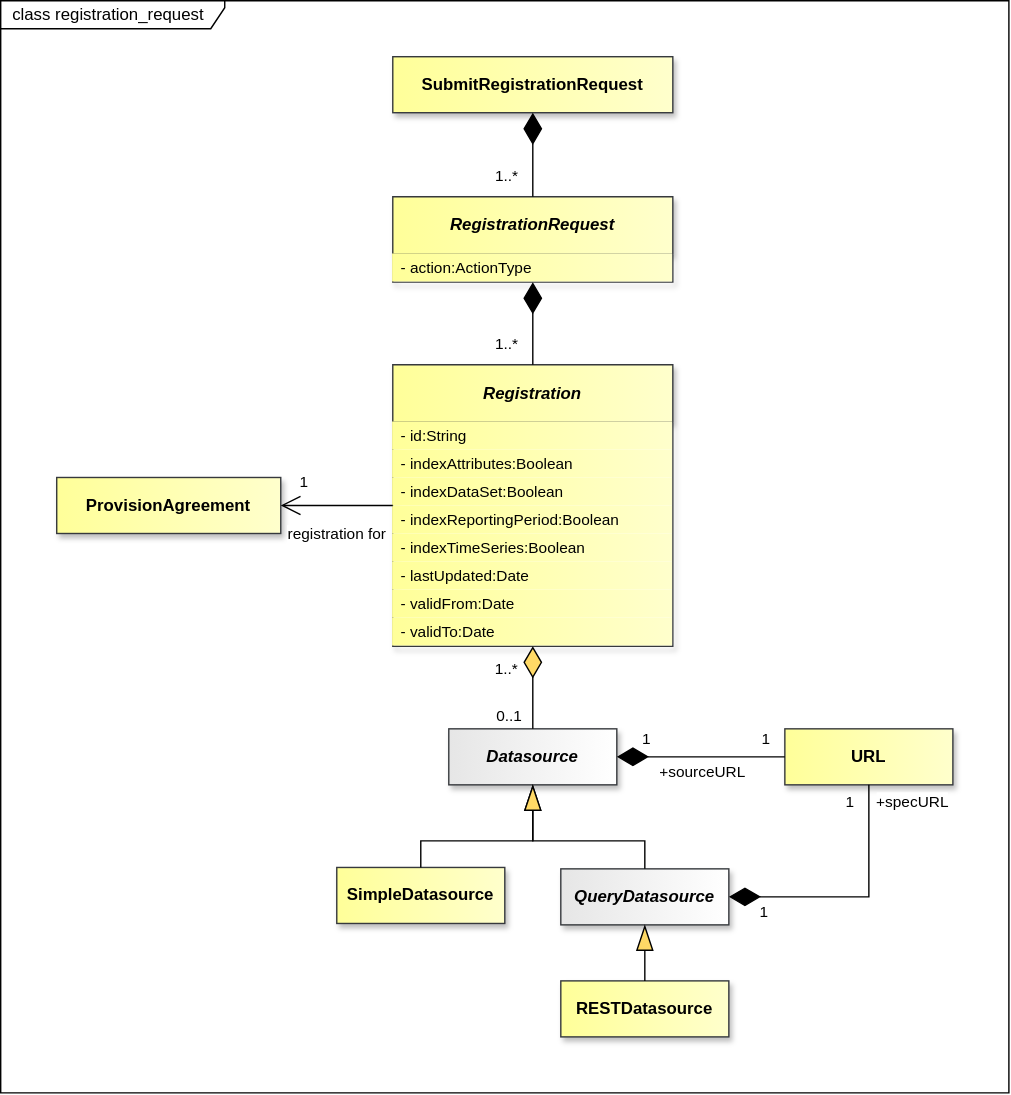
The draw.io diagram docs/logical_interfaces/media/sdmx_registry-registration_request.svg in sdmx-twg/sdmx-im, before a commit. Source tidied: cells renumbered, new cells last; positions are measured from the earlier drawing's top-left corner, leaving out a move shared by most shapes.
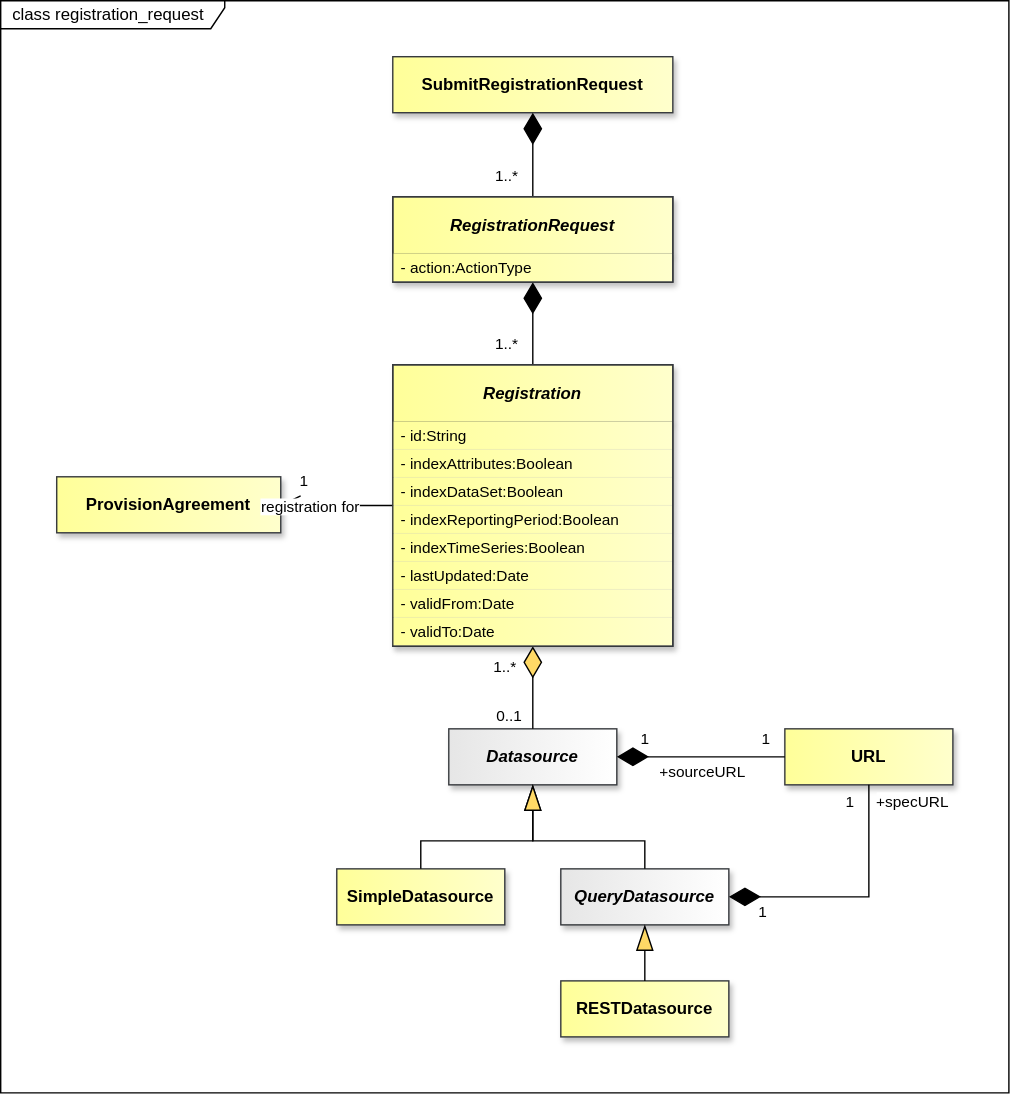
Above is the later version.

What changed in the source:
```diff
@@ -158,38 +158,38 @@
     <mxCell id="53" value="RegistrationRequest" style="swimlane;fontStyle=3;align=center;verticalAlign=middle;horizontal=1;startSize=41;whiteSpace=wrap;html=1;strokeColor=#36393d;fontFamily=Helvetica;fontSize=12;fillColor=light-dark(#FFFF99,#FFFF99);gradientDirection=east;gradientColor=light-dark(#FFFFCC,#FFFFCC);fontColor=light-dark(#000000,#000000);shadow=1;" parent="1" vertex="1">
       <mxGeometry x="280" y="140" width="200" height="61" as="geometry" />
     </mxCell>
-    <mxCell id="54" value="- action:ActionType" style="text;strokeColor=none;fillColor=light-dark(#FFFF99,#FFFF99);align=left;verticalAlign=middle;spacingLeft=4;spacingRight=4;overflow=hidden;whiteSpace=wrap;html=1;fontFamily=Helvetica;fontSize=11;fontColor=light-dark(#000000,#000000);fontStyle=0;gradientColor=light-dark(#FFFFCC,#FFFFCC);gradientDirection=east;" parent="53" vertex="1">
+    <mxCell id="54" value="- action:ActionType" style="text;strokeColor=none;fillColor=light-dark(#FFFF99,#FFFF99);align=left;verticalAlign=middle;spacingLeft=4;spacingRight=4;overflow=hidden;whiteSpace=wrap;html=1;fontFamily=Helvetica;fontSize=11;fontColor=light-dark(#000000,#000000);fontStyle=0;gradientColor=light-dark(#FFFFCC,#FFFFCC);gradientDirection=east;shadow=1;" parent="53" vertex="1">
       <mxGeometry y="41" width="200" height="20" as="geometry" />
     </mxCell>
     <mxCell id="55" value="Registration" style="swimlane;fontStyle=3;align=center;verticalAlign=middle;horizontal=1;startSize=41;whiteSpace=wrap;html=1;strokeColor=#36393d;fontFamily=Helvetica;fontSize=12;fillColor=light-dark(#FFFF99,#FFFF99);gradientDirection=east;gradientColor=light-dark(#FFFFCC,#FFFFCC);fontColor=light-dark(#000000,#000000);shadow=1;" parent="1" vertex="1">
       <mxGeometry x="280" y="260" width="200" height="201" as="geometry" />
     </mxCell>
-    <mxCell id="56" value="- id:String" style="text;strokeColor=none;fillColor=light-dark(#FFFF99,#FFFF99);align=left;verticalAlign=middle;spacingLeft=4;spacingRight=4;overflow=hidden;whiteSpace=wrap;html=1;fontFamily=Helvetica;fontSize=11;fontColor=light-dark(#000000,#000000);fontStyle=0;gradientColor=light-dark(#FFFFCC,#FFFFCC);gradientDirection=east;" parent="55" vertex="1">
+    <mxCell id="56" value="- id:String" style="text;strokeColor=none;fillColor=light-dark(#FFFF99,#FFFF99);align=left;verticalAlign=middle;spacingLeft=4;spacingRight=4;overflow=hidden;whiteSpace=wrap;html=1;fontFamily=Helvetica;fontSize=11;fontColor=light-dark(#000000,#000000);fontStyle=0;gradientColor=light-dark(#FFFFCC,#FFFFCC);gradientDirection=east;shadow=1;" parent="55" vertex="1">
       <mxGeometry y="41" width="200" height="20" as="geometry" />
     </mxCell>
-    <mxCell id="57" value="- indexAttributes:Boolean" style="text;strokeColor=none;fillColor=light-dark(#FFFF99,#FFFF99);align=left;verticalAlign=middle;spacingLeft=4;spacingRight=4;overflow=hidden;whiteSpace=wrap;html=1;fontFamily=Helvetica;fontSize=11;fontColor=light-dark(#000000,#000000);fontStyle=0;gradientColor=light-dark(#FFFFCC,#FFFFCC);gradientDirection=east;" parent="55" vertex="1">
+    <mxCell id="57" value="- indexAttributes:Boolean" style="text;strokeColor=none;fillColor=light-dark(#FFFF99,#FFFF99);align=left;verticalAlign=middle;spacingLeft=4;spacingRight=4;overflow=hidden;whiteSpace=wrap;html=1;fontFamily=Helvetica;fontSize=11;fontColor=light-dark(#000000,#000000);fontStyle=0;gradientColor=light-dark(#FFFFCC,#FFFFCC);gradientDirection=east;shadow=1;" parent="55" vertex="1">
       <mxGeometry y="61" width="200" height="20" as="geometry" />
     </mxCell>
-    <mxCell id="58" value="- indexDataSet:Boolean" style="text;strokeColor=none;fillColor=light-dark(#FFFF99,#FFFF99);align=left;verticalAlign=middle;spacingLeft=4;spacingRight=4;overflow=hidden;whiteSpace=wrap;html=1;fontFamily=Helvetica;fontSize=11;fontColor=light-dark(#000000,#000000);fontStyle=0;gradientColor=light-dark(#FFFFCC,#FFFFCC);gradientDirection=east;" parent="55" vertex="1">
+    <mxCell id="58" value="- indexDataSet:Boolean" style="text;strokeColor=none;fillColor=light-dark(#FFFF99,#FFFF99);align=left;verticalAlign=middle;spacingLeft=4;spacingRight=4;overflow=hidden;whiteSpace=wrap;html=1;fontFamily=Helvetica;fontSize=11;fontColor=light-dark(#000000,#000000);fontStyle=0;gradientColor=light-dark(#FFFFCC,#FFFFCC);gradientDirection=east;shadow=1;" parent="55" vertex="1">
       <mxGeometry y="81" width="200" height="20" as="geometry" />
     </mxCell>
-    <mxCell id="59" value="- indexReportingPeriod:Boolean" style="text;strokeColor=none;fillColor=light-dark(#FFFF99,#FFFF99);align=left;verticalAlign=middle;spacingLeft=4;spacingRight=4;overflow=hidden;whiteSpace=wrap;html=1;fontFamily=Helvetica;fontSize=11;fontColor=light-dark(#000000,#000000);fontStyle=0;gradientColor=light-dark(#FFFFCC,#FFFFCC);gradientDirection=east;" parent="55" vertex="1">
+    <mxCell id="59" value="- indexReportingPeriod:Boolean" style="text;strokeColor=none;fillColor=light-dark(#FFFF99,#FFFF99);align=left;verticalAlign=middle;spacingLeft=4;spacingRight=4;overflow=hidden;whiteSpace=wrap;html=1;fontFamily=Helvetica;fontSize=11;fontColor=light-dark(#000000,#000000);fontStyle=0;gradientColor=light-dark(#FFFFCC,#FFFFCC);gradientDirection=east;shadow=1;" parent="55" vertex="1">
       <mxGeometry y="101" width="200" height="20" as="geometry" />
     </mxCell>
-    <mxCell id="60" value="- indexTimeSeries:Boolean" style="text;strokeColor=none;fillColor=light-dark(#FFFF99,#FFFF99);align=left;verticalAlign=middle;spacingLeft=4;spacingRight=4;overflow=hidden;whiteSpace=wrap;html=1;fontFamily=Helvetica;fontSize=11;fontColor=light-dark(#000000,#000000);fontStyle=0;gradientColor=light-dark(#FFFFCC,#FFFFCC);gradientDirection=east;" parent="55" vertex="1">
+    <mxCell id="60" value="- indexTimeSeries:Boolean" style="text;strokeColor=none;fillColor=light-dark(#FFFF99,#FFFF99);align=left;verticalAlign=middle;spacingLeft=4;spacingRight=4;overflow=hidden;whiteSpace=wrap;html=1;fontFamily=Helvetica;fontSize=11;fontColor=light-dark(#000000,#000000);fontStyle=0;gradientColor=light-dark(#FFFFCC,#FFFFCC);gradientDirection=east;shadow=1;" parent="55" vertex="1">
       <mxGeometry y="121" width="200" height="20" as="geometry" />
     </mxCell>
-    <mxCell id="61" value="- lastUpdated:Date" style="text;strokeColor=none;fillColor=light-dark(#FFFF99,#FFFF99);align=left;verticalAlign=middle;spacingLeft=4;spacingRight=4;overflow=hidden;whiteSpace=wrap;html=1;fontFamily=Helvetica;fontSize=11;fontColor=light-dark(#000000,#000000);fontStyle=0;gradientColor=light-dark(#FFFFCC,#FFFFCC);gradientDirection=east;" parent="55" vertex="1">
+    <mxCell id="61" value="- lastUpdated:Date" style="text;strokeColor=none;fillColor=light-dark(#FFFF99,#FFFF99);align=left;verticalAlign=middle;spacingLeft=4;spacingRight=4;overflow=hidden;whiteSpace=wrap;html=1;fontFamily=Helvetica;fontSize=11;fontColor=light-dark(#000000,#000000);fontStyle=0;gradientColor=light-dark(#FFFFCC,#FFFFCC);gradientDirection=east;shadow=1;" parent="55" vertex="1">
       <mxGeometry y="141" width="200" height="20" as="geometry" />
     </mxCell>
-    <mxCell id="62" value="- validFrom:Date" style="text;strokeColor=none;fillColor=light-dark(#FFFF99,#FFFF99);align=left;verticalAlign=middle;spacingLeft=4;spacingRight=4;overflow=hidden;whiteSpace=wrap;html=1;fontFamily=Helvetica;fontSize=11;fontColor=light-dark(#000000,#000000);fontStyle=0;gradientColor=light-dark(#FFFFCC,#FFFFCC);gradientDirection=east;" parent="55" vertex="1">
+    <mxCell id="62" value="- validFrom:Date" style="text;strokeColor=none;fillColor=light-dark(#FFFF99,#FFFF99);align=left;verticalAlign=middle;spacingLeft=4;spacingRight=4;overflow=hidden;whiteSpace=wrap;html=1;fontFamily=Helvetica;fontSize=11;fontColor=light-dark(#000000,#000000);fontStyle=0;gradientColor=light-dark(#FFFFCC,#FFFFCC);gradientDirection=east;shadow=1;" parent="55" vertex="1">
       <mxGeometry y="161" width="200" height="20" as="geometry" />
     </mxCell>
-    <mxCell id="63" value="- validTo:Date" style="text;strokeColor=none;fillColor=light-dark(#FFFF99,#FFFF99);align=left;verticalAlign=middle;spacingLeft=4;spacingRight=4;overflow=hidden;whiteSpace=wrap;html=1;fontFamily=Helvetica;fontSize=11;fontColor=light-dark(#000000,#000000);fontStyle=0;gradientColor=light-dark(#FFFFCC,#FFFFCC);gradientDirection=east;" parent="55" vertex="1">
+    <mxCell id="63" value="- validTo:Date" style="text;strokeColor=none;fillColor=light-dark(#FFFF99,#FFFF99);align=left;verticalAlign=middle;spacingLeft=4;spacingRight=4;overflow=hidden;whiteSpace=wrap;html=1;fontFamily=Helvetica;fontSize=11;fontColor=light-dark(#000000,#000000);fontStyle=0;gradientColor=light-dark(#FFFFCC,#FFFFCC);gradientDirection=east;shadow=1;" parent="55" vertex="1">
       <mxGeometry y="181" width="200" height="20" as="geometry" />
     </mxCell>
     <mxCell id="64" value="ProvisionAgreement" style="whiteSpace=wrap;html=1;verticalAlign=middle;gradientDirection=east;imageVerticalAlign=top;fontStyle=1;fillColor=light-dark(#FFFF99,#FFFF99);strokeColor=#36393d;fontColor=light-dark(#000000,#000000);gradientColor=light-dark(#FFFFCC,#FFFFCC);shadow=1;" parent="1" vertex="1">
-      <mxGeometry x="40" y="340.5" width="160" height="40" as="geometry" />
+      <mxGeometry x="40" y="340" width="160" height="40" as="geometry" />
     </mxCell>
     <mxCell id="65" value="URL" style="whiteSpace=wrap;html=1;verticalAlign=middle;gradientDirection=east;imageVerticalAlign=top;fontStyle=1;fillColor=light-dark(#FFFF99,#FFFF99);strokeColor=#36393d;fontColor=light-dark(#000000,#000000);gradientColor=light-dark(#FFFFCC,#FFFFCC);shadow=1;" parent="1" vertex="1">
       <mxGeometry x="560" y="520" width="120" height="40" as="geometry" />
@@ -201,7 +201,7 @@
       <mxGeometry x="400" y="700" width="120" height="40" as="geometry" />
     </mxCell>
     <mxCell id="68" value="&lt;span&gt;&lt;span&gt;SimpleDatasource&lt;/span&gt;&lt;/span&gt;" style="whiteSpace=wrap;html=1;verticalAlign=middle;gradientDirection=east;imageVerticalAlign=top;fontStyle=1;fillColor=light-dark(#FFFF99,#FFFF99);strokeColor=#36393d;fontColor=light-dark(#000000,#000000);gradientColor=light-dark(#FFFFCC,#FFFFCC);shadow=1;" parent="1" vertex="1">
-      <mxGeometry x="240" y="619" width="120" height="40" as="geometry" />
+      <mxGeometry x="240" y="620" width="120" height="40" as="geometry" />
     </mxCell>
     <mxCell id="69" style="endArrow=blockThin;endSize=16;endFill=1;html=1;rounded=0;entryX=0.5;entryY=1;entryDx=0;entryDy=0;exitX=0.5;exitY=0;exitDx=0;exitDy=0;startFill=0;endFillColor=light-dark(#FFD966,#FFD966);strokeColor=light-dark(#000000,#FFFFFF);startFillColor=light-dark(#000000,#FFFFFF);labelBackgroundColor=none;labelBorderColor=light-dark(#000000,#FFFFFF);" parent="1" edge="1" source="67" target="66">
       <mxGeometry relative="1" as="geometry" />
@@ -304,5 +304,11 @@
         <mxPoint x="20" y="-30" as="offset" />
       </mxGeometry>
     </mxCell>
+    <mxCell id="90" style="rounded=0;whiteSpace=wrap;html=1;fillColor=none;strokeColor=#36393D;" parent="1" vertex="1">
+      <mxGeometry x="280" y="140" width="200" height="61" as="geometry" />
+    </mxCell>
+    <mxCell id="91" style="rounded=0;whiteSpace=wrap;html=1;fillColor=none;strokeColor=#36393D;" parent="1" vertex="1">
+      <mxGeometry x="280" y="260" width="200" height="201" as="geometry" />
+    </mxCell>
   </root>
 </mxGraphModel>
```
